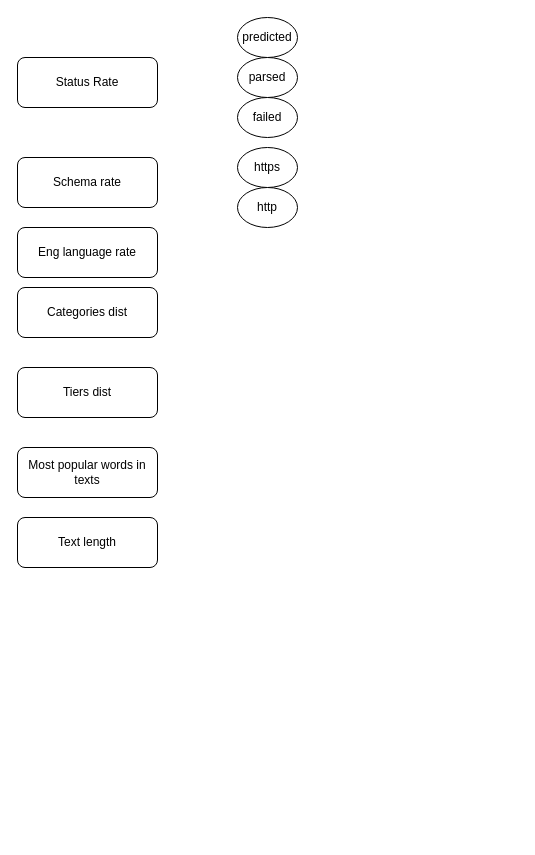
Before: page "Page-2" (2 of 6) of Untitled Diagram.drawio in sergeychuvakin/Graphs, a draw.io diagram. Source tidied: cells renumbered, new cells numbered last; positions are measured from the earlier drawing's top-left corner, leaving out a move shared by most shapes. Both pictures are drawn from the tidied source at 100%, with x=0, y=0 at pixel (17, 17).
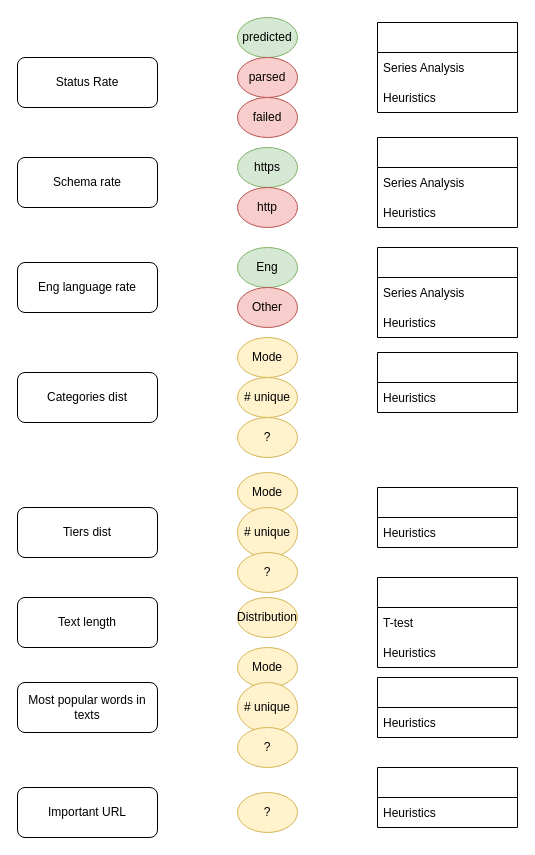
Above is the later version.

Change to the diagram source:
```diff
@@
     <mxCell id="3" value="Tiers dist" style="rounded=1;whiteSpace=wrap;html=1;" parent="1" vertex="1">
-      <mxGeometry y="350" width="140" height="50" as="geometry" />
+      <mxGeometry y="490" width="140" height="50" as="geometry" />
     </mxCell>
     <mxCell id="4" value="Categories dist" style="rounded=1;whiteSpace=wrap;html=1;" parent="1" vertex="1">
-      <mxGeometry y="270" width="140" height="50" as="geometry" />
+      <mxGeometry y="355" width="140" height="50" as="geometry" />
     </mxCell>
     <mxCell id="5" value="Eng language rate" style="rounded=1;whiteSpace=wrap;html=1;" parent="1" vertex="1">
-      <mxGeometry y="210" width="140" height="50" as="geometry" />
+      <mxGeometry y="245" width="140" height="50" as="geometry" />
     </mxCell>
@@
     <mxCell id="7" value="Most popular words in texts" style="rounded=1;whiteSpace=wrap;html=1;" parent="1" vertex="1">
-      <mxGeometry y="430" width="140" height="50" as="geometry" />
+      <mxGeometry y="665" width="140" height="50" as="geometry" />
     </mxCell>
     <mxCell id="8" value="Text length" style="rounded=1;whiteSpace=wrap;html=1;" parent="1" vertex="1">
-      <mxGeometry y="500" width="140" height="50" as="geometry" />
+      <mxGeometry y="580" width="140" height="50" as="geometry" />
     </mxCell>
-    <mxCell id="9" value="predicted" style="ellipse;whiteSpace=wrap;html=1;" parent="1" vertex="1">
+    <mxCell id="9" value="predicted" style="ellipse;whiteSpace=wrap;html=1;fillColor=#d5e8d4;strokeColor=#82b366;" parent="1" vertex="1">
       <mxGeometry x="220" width="60" height="40" as="geometry" />
     </mxCell>
-    <mxCell id="10" value="parsed" style="ellipse;whiteSpace=wrap;html=1;" parent="1" vertex="1">
+    <mxCell id="10" value="parsed" style="ellipse;whiteSpace=wrap;html=1;fillColor=#f8cecc;strokeColor=#b85450;" parent="1" vertex="1">
       <mxGeometry x="220" y="40" width="60" height="40" as="geometry" />
     </mxCell>
-    <mxCell id="11" value="failed" style="ellipse;whiteSpace=wrap;html=1;" parent="1" vertex="1">
+    <mxCell id="11" value="failed" style="ellipse;whiteSpace=wrap;html=1;fillColor=#f8cecc;strokeColor=#b85450;" parent="1" vertex="1">
       <mxGeometry x="220" y="80" width="60" height="40" as="geometry" />
     </mxCell>
-    <mxCell id="12" value="https" style="ellipse;whiteSpace=wrap;html=1;" parent="1" vertex="1">
+    <mxCell id="12" value="https" style="ellipse;whiteSpace=wrap;html=1;fillColor=#d5e8d4;strokeColor=#82b366;" parent="1" vertex="1">
       <mxGeometry x="220" y="130" width="60" height="40" as="geometry" />
     </mxCell>
-    <mxCell id="13" value="http" style="ellipse;whiteSpace=wrap;html=1;" parent="1" vertex="1">
+    <mxCell id="13" value="http" style="ellipse;whiteSpace=wrap;html=1;fillColor=#f8cecc;strokeColor=#b85450;" parent="1" vertex="1">
       <mxGeometry x="220" y="170" width="60" height="40" as="geometry" />
     </mxCell>
+    <mxCell id="14" value="Eng" style="ellipse;whiteSpace=wrap;html=1;fillColor=#d5e8d4;strokeColor=#82b366;" parent="1" vertex="1">
+      <mxGeometry x="220" y="230" width="60" height="40" as="geometry" />
+    </mxCell>
+    <mxCell id="15" value="Other" style="ellipse;whiteSpace=wrap;html=1;fillColor=#f8cecc;strokeColor=#b85450;" parent="1" vertex="1">
+      <mxGeometry x="220" y="270" width="60" height="40" as="geometry" />
+    </mxCell>
+    <mxCell id="16" value="Mode" style="ellipse;whiteSpace=wrap;html=1;fillColor=#fff2cc;strokeColor=#d6b656;" parent="1" vertex="1">
+      <mxGeometry x="220" y="320" width="60" height="40" as="geometry" />
+    </mxCell>
+    <mxCell id="17" value="# unique" style="ellipse;whiteSpace=wrap;html=1;fillColor=#fff2cc;strokeColor=#d6b656;" parent="1" vertex="1">
+      <mxGeometry x="220" y="360" width="60" height="40" as="geometry" />
+    </mxCell>
+    <mxCell id="18" value="?" style="ellipse;whiteSpace=wrap;html=1;fillColor=#fff2cc;strokeColor=#d6b656;" parent="1" vertex="1">
+      <mxGeometry x="220" y="400" width="60" height="40" as="geometry" />
+    </mxCell>
+    <mxCell id="19" value="Mode" style="ellipse;whiteSpace=wrap;html=1;fillColor=#fff2cc;strokeColor=#d6b656;" parent="1" vertex="1">
+      <mxGeometry x="220" y="455" width="60" height="40" as="geometry" />
+    </mxCell>
+    <mxCell id="20" value="# unique" style="ellipse;whiteSpace=wrap;html=1;fillColor=#fff2cc;strokeColor=#d6b656;" parent="1" vertex="1">
+      <mxGeometry x="220" y="490" width="60" height="50" as="geometry" />
+    </mxCell>
+    <mxCell id="21" value="?" style="ellipse;whiteSpace=wrap;html=1;fillColor=#fff2cc;strokeColor=#d6b656;" parent="1" vertex="1">
+      <mxGeometry x="220" y="535" width="60" height="40" as="geometry" />
+    </mxCell>
+    <mxCell id="22" value="Distribution" style="ellipse;whiteSpace=wrap;html=1;fillColor=#fff2cc;strokeColor=#d6b656;" parent="1" vertex="1">
+      <mxGeometry x="220" y="580" width="60" height="40" as="geometry" />
+    </mxCell>
+    <mxCell id="23" value="Mode" style="ellipse;whiteSpace=wrap;html=1;fillColor=#fff2cc;strokeColor=#d6b656;" parent="1" vertex="1">
+      <mxGeometry x="220" y="630" width="60" height="40" as="geometry" />
+    </mxCell>
+    <mxCell id="24" value="# unique" style="ellipse;whiteSpace=wrap;html=1;fillColor=#fff2cc;strokeColor=#d6b656;" parent="1" vertex="1">
+      <mxGeometry x="220" y="665" width="60" height="50" as="geometry" />
+    </mxCell>
+    <mxCell id="25" value="?" style="ellipse;whiteSpace=wrap;html=1;fillColor=#fff2cc;strokeColor=#d6b656;" parent="1" vertex="1">
+      <mxGeometry x="220" y="710" width="60" height="40" as="geometry" />
+    </mxCell>
+    <mxCell id="26" value="Important URL" style="rounded=1;whiteSpace=wrap;html=1;" parent="1" vertex="1">
+      <mxGeometry y="770" width="140" height="50" as="geometry" />
+    </mxCell>
+    <mxCell id="27" value="?" style="ellipse;whiteSpace=wrap;html=1;fillColor=#fff2cc;strokeColor=#d6b656;" parent="1" vertex="1">
+      <mxGeometry x="220" y="775" width="60" height="40" as="geometry" />
+    </mxCell>
+    <mxCell id="28" style="swimlane;fontStyle=0;horizontal=1;startSize=30;" parent="1" vertex="1">
+      <mxGeometry x="360" y="5" width="140" height="90" as="geometry" />
+    </mxCell>
+    <mxCell id="29" value="Series Analysis" style="text;strokeColor=none;fillColor=none;align=left;verticalAlign=middle;spacingLeft=4;spacingRight=4;overflow=hidden;" parent="28" vertex="1">
+      <mxGeometry y="30" width="140" height="30" as="geometry" />
+    </mxCell>
+    <mxCell id="30" value="Heuristics" style="text;strokeColor=none;fillColor=none;align=left;verticalAlign=middle;spacingLeft=4;spacingRight=4;overflow=hidden;" parent="28" vertex="1">
+      <mxGeometry y="60" width="140" height="30" as="geometry" />
+    </mxCell>
+    <mxCell id="31" style="swimlane;fontStyle=0;horizontal=1;startSize=30;" parent="1" vertex="1">
+      <mxGeometry x="360" y="120" width="140" height="90" as="geometry" />
+    </mxCell>
+    <mxCell id="32" value="Series Analysis" style="text;strokeColor=none;fillColor=none;align=left;verticalAlign=middle;spacingLeft=4;spacingRight=4;overflow=hidden;" parent="31" vertex="1">
+      <mxGeometry y="30" width="140" height="30" as="geometry" />
+    </mxCell>
+    <mxCell id="33" value="Heuristics" style="text;strokeColor=none;fillColor=none;align=left;verticalAlign=middle;spacingLeft=4;spacingRight=4;overflow=hidden;" parent="31" vertex="1">
+      <mxGeometry y="60" width="140" height="30" as="geometry" />
+    </mxCell>
+    <mxCell id="34" style="swimlane;fontStyle=0;horizontal=1;startSize=30;" parent="1" vertex="1">
+      <mxGeometry x="360" y="230" width="140" height="90" as="geometry" />
+    </mxCell>
+    <mxCell id="35" value="Series Analysis" style="text;strokeColor=none;fillColor=none;align=left;verticalAlign=middle;spacingLeft=4;spacingRight=4;overflow=hidden;" parent="34" vertex="1">
+      <mxGeometry y="30" width="140" height="30" as="geometry" />
+    </mxCell>
+    <mxCell id="36" value="Heuristics" style="text;strokeColor=none;fillColor=none;align=left;verticalAlign=middle;spacingLeft=4;spacingRight=4;overflow=hidden;" parent="34" vertex="1">
+      <mxGeometry y="60" width="140" height="30" as="geometry" />
+    </mxCell>
+    <mxCell id="37" style="swimlane;fontStyle=0;horizontal=1;startSize=30;" parent="1" vertex="1">
+      <mxGeometry x="360" y="335" width="140" height="60" as="geometry" />
+    </mxCell>
+    <mxCell id="38" value="Heuristics" style="text;strokeColor=none;fillColor=none;align=left;verticalAlign=middle;spacingLeft=4;spacingRight=4;overflow=hidden;" parent="37" vertex="1">
+      <mxGeometry y="30" width="140" height="30" as="geometry" />
+    </mxCell>
+    <mxCell id="39" style="swimlane;fontStyle=0;horizontal=1;startSize=30;" parent="1" vertex="1">
+      <mxGeometry x="360" y="470" width="140" height="60" as="geometry" />
+    </mxCell>
+    <mxCell id="40" value="Heuristics" style="text;strokeColor=none;fillColor=none;align=left;verticalAlign=middle;spacingLeft=4;spacingRight=4;overflow=hidden;" parent="39" vertex="1">
+      <mxGeometry y="30" width="140" height="30" as="geometry" />
+    </mxCell>
+    <mxCell id="41" style="swimlane;fontStyle=0;horizontal=1;startSize=30;" parent="1" vertex="1">
+      <mxGeometry x="360" y="560" width="140" height="90" as="geometry" />
+    </mxCell>
+    <mxCell id="42" value="T-test" style="text;strokeColor=none;fillColor=none;align=left;verticalAlign=middle;spacingLeft=4;spacingRight=4;overflow=hidden;" parent="41" vertex="1">
+      <mxGeometry y="30" width="140" height="30" as="geometry" />
+    </mxCell>
+    <mxCell id="43" value="Heuristics" style="text;strokeColor=none;fillColor=none;align=left;verticalAlign=middle;spacingLeft=4;spacingRight=4;overflow=hidden;" parent="41" vertex="1">
+      <mxGeometry y="60" width="140" height="30" as="geometry" />
+    </mxCell>
+    <mxCell id="44" style="swimlane;fontStyle=0;horizontal=1;startSize=30;" parent="1" vertex="1">
+      <mxGeometry x="360" y="660" width="140" height="60" as="geometry" />
+    </mxCell>
+    <mxCell id="45" value="Heuristics" style="text;strokeColor=none;fillColor=none;align=left;verticalAlign=middle;spacingLeft=4;spacingRight=4;overflow=hidden;" parent="44" vertex="1">
+      <mxGeometry y="30" width="140" height="30" as="geometry" />
+    </mxCell>
+    <mxCell id="46" style="swimlane;fontStyle=0;horizontal=1;startSize=30;" parent="1" vertex="1">
+      <mxGeometry x="360" y="750" width="140" height="60" as="geometry" />
+    </mxCell>
+    <mxCell id="47" value="Heuristics" style="text;strokeColor=none;fillColor=none;align=left;verticalAlign=middle;spacingLeft=4;spacingRight=4;overflow=hidden;" parent="46" vertex="1">
+      <mxGeometry y="30" width="140" height="30" as="geometry" />
+    </mxCell>
```
